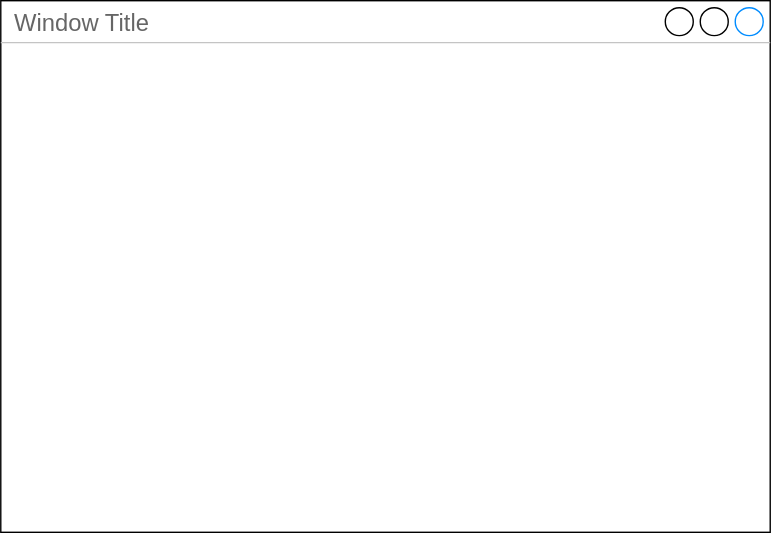
This is クラス図.drawio.svg from zhuyunting315/-, a draw.io export, as it was before one commit. Source tidied: cells renumbered, new cells last; positions are measured from the earlier drawing's top-left corner, leaving out a move shared by most shapes.
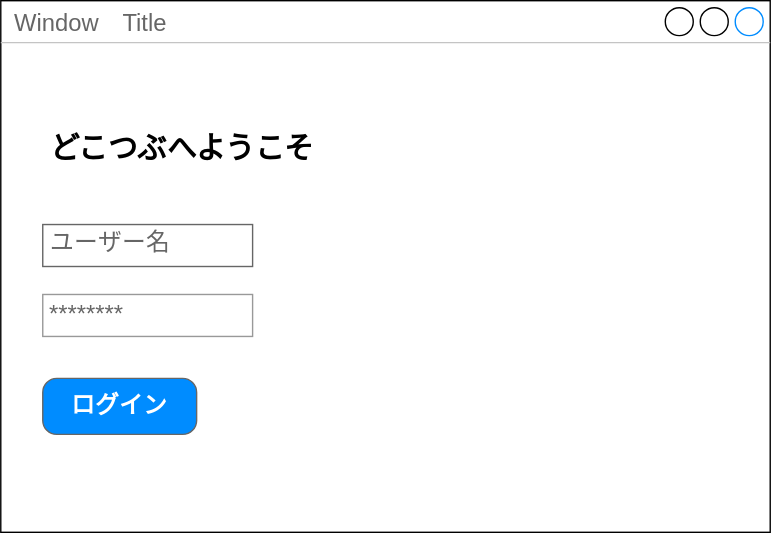
Later version of the same file.

Commit message:
クラス図.drawio.svg を更新します

Diff of the diagram source:
```diff
@@ -2,8 +2,20 @@
   <root>
     <mxCell id="0" />
     <mxCell id="1" parent="0" />
-    <mxCell id="2" value="Window Title" style="strokeWidth=1;shadow=0;dashed=0;align=center;html=1;shape=mxgraph.mockup.containers.window;align=left;verticalAlign=top;spacingLeft=8;strokeColor2=#008cff;strokeColor3=#c4c4c4;fontColor=#666666;mainText=;fontSize=17;labelBackgroundColor=none;whiteSpace=wrap;" parent="1" vertex="1">
+    <mxCell id="2" value="Window　Title" style="strokeWidth=1;shadow=0;dashed=0;align=center;html=1;shape=mxgraph.mockup.containers.window;align=left;verticalAlign=top;spacingLeft=8;strokeColor2=#008cff;strokeColor3=#c4c4c4;fontColor=#666666;mainText=;fontSize=17;labelBackgroundColor=none;whiteSpace=wrap;" parent="1" vertex="1">
       <mxGeometry width="550" height="380" as="geometry" />
     </mxCell>
+    <mxCell id="3" value="********" style="strokeWidth=1;shadow=0;dashed=0;align=center;html=1;shape=mxgraph.mockup.forms.pwField;strokeColor=#999999;mainText=;align=left;fontColor=#666666;fontSize=17;spacingLeft=3;" parent="1" vertex="1">
+      <mxGeometry x="30" y="210" width="150" height="30" as="geometry" />
+    </mxCell>
+    <mxCell id="4" value="ユーザー名" style="strokeWidth=1;shadow=0;dashed=0;align=center;html=1;shape=mxgraph.mockup.text.textBox;fontColor=#666666;align=left;fontSize=17;spacingLeft=4;spacingTop=-3;whiteSpace=wrap;strokeColor=#666666;mainText=;" parent="1" vertex="1">
+      <mxGeometry x="30" y="160" width="150" height="30" as="geometry" />
+    </mxCell>
+    <mxCell id="5" value="ログイン" style="strokeWidth=1;shadow=0;dashed=0;align=center;html=1;shape=mxgraph.mockup.buttons.button;strokeColor=#666666;fontColor=#ffffff;mainText=;buttonStyle=round;fontSize=17;fontStyle=1;fillColor=#008cff;whiteSpace=wrap;" parent="1" vertex="1">
+      <mxGeometry x="30" y="270" width="110" height="40" as="geometry" />
+    </mxCell>
+    <mxCell id="6" value="どこつぶへようこそ" style="text;strokeColor=none;align=center;fillColor=none;html=1;verticalAlign=middle;whiteSpace=wrap;rounded=0;fontStyle=1;fontSize=21;" parent="1" vertex="1">
+      <mxGeometry x="20" y="80" width="220" height="50" as="geometry" />
+    </mxCell>
   </root>
 </mxGraphModel>
```
